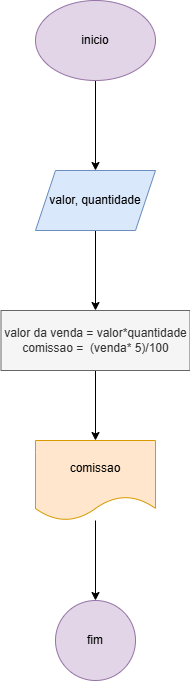
Earlier version of the draw.io export VariaveisEOperadoresAritimeticos/comissao.drawio.png (VitorMedeirosdaSilva/PA_python). Source tidied: cells renumbered, new cells last; positions are measured from the earlier drawing's top-left corner, leaving out a move shared by most shapes.
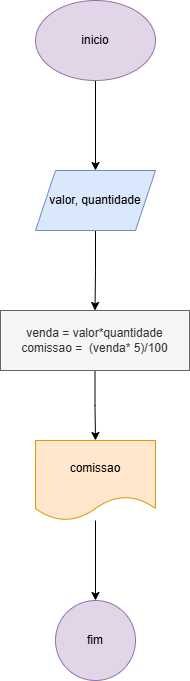
The same diagram one commit later.

Change to the diagram source:
```diff
@@ -17,8 +17,8 @@
     <mxCell id="6" style="edgeStyle=orthogonalEdgeStyle;rounded=0;jettySize=auto;html=1;" parent="1" edge="1" source="7" target="9">
       <mxGeometry relative="1" as="geometry" />
     </mxCell>
-    <mxCell id="7" value="valor da venda = valor*quantidade&lt;div&gt;comissao =&amp;nbsp; (venda* 5)/100&lt;/div&gt;" style="whiteSpace=wrap;html=1;fillColor=#f5f5f5;fontColor=#333333;strokeColor=#666666;" parent="1" vertex="1">
-      <mxGeometry x="-0.5" y="310" width="189" height="60" as="geometry" />
+    <mxCell id="7" value="venda = valor*quantidade&lt;div&gt;comissao =&amp;nbsp; (venda* 5)/100&lt;/div&gt;" style="whiteSpace=wrap;html=1;fillColor=#f5f5f5;fontColor=#333333;strokeColor=#666666;" parent="1" vertex="1">
+      <mxGeometry x="-1" y="310" width="189" height="60" as="geometry" />
     </mxCell>
     <mxCell id="8" style="edgeStyle=orthogonalEdgeStyle;rounded=0;jettySize=auto;html=1;" parent="1" edge="1" source="9" target="10">
       <mxGeometry relative="1" as="geometry" />
```
